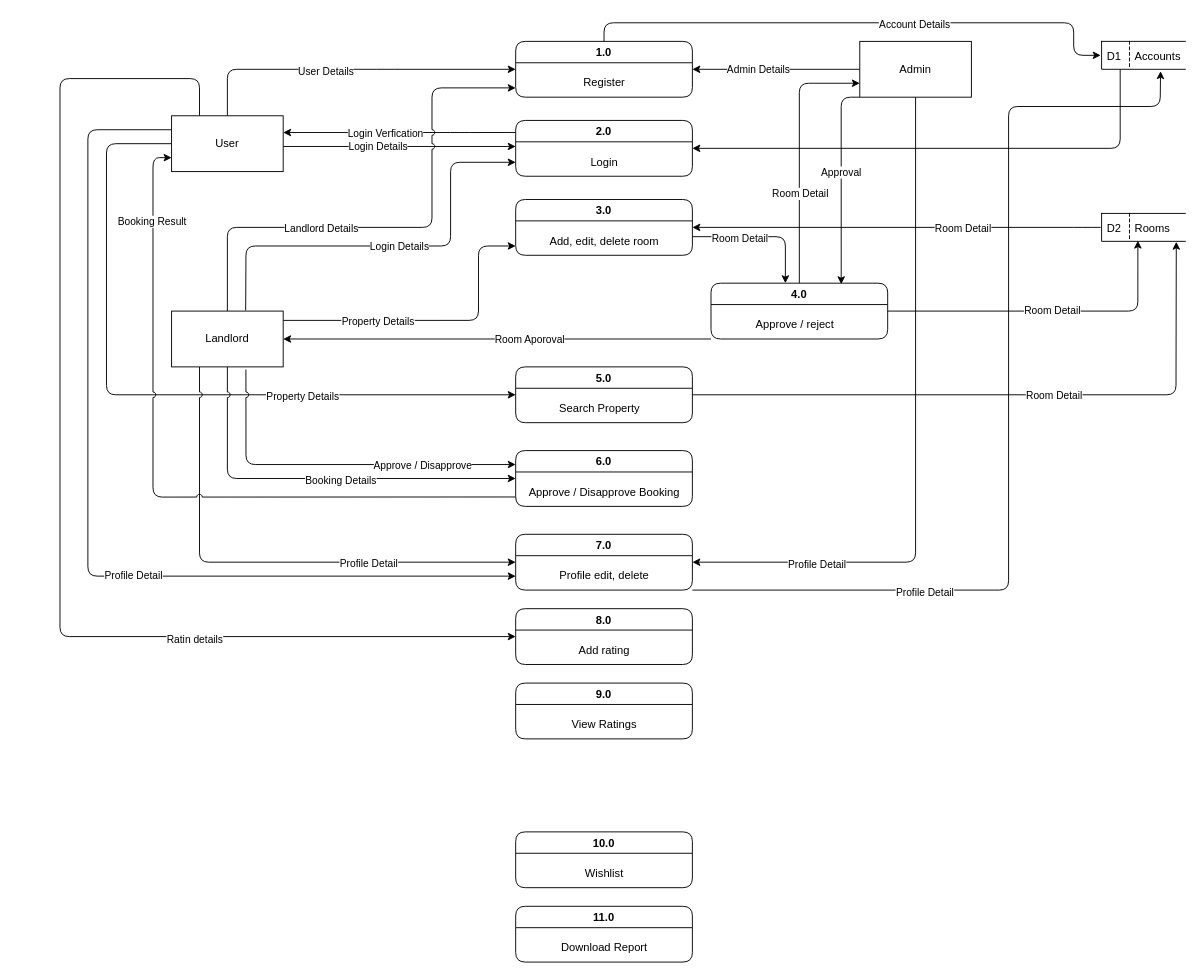
SNOW15782/Fyp keeps this draw.io diagram as DFD FYP/DFD FYP.drawio. Above is the earlier version. Source tidied: cells renumbered, new cells numbered last; positions are measured from the earlier drawing's top-left corner, leaving out a move shared by most shapes. Both pictures are drawn from the tidied source at 93%, with x=0, y=0 at pixel (60, 22).
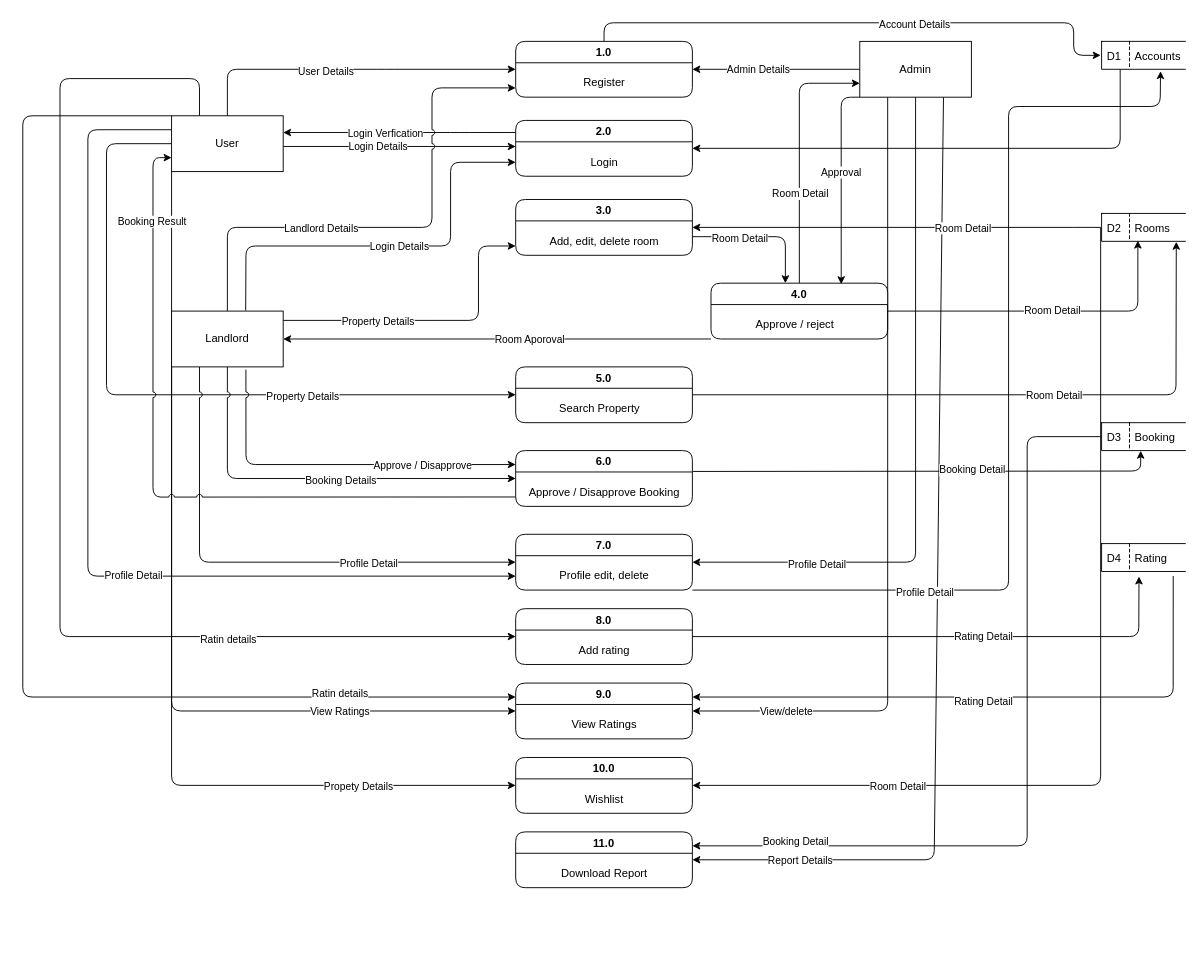
The same page after the edit.

Unchanged cells that the change refers to:
```xml
<mxCell id="8" value="Admin" style="rounded=0;whiteSpace=wrap;html=1;" parent="1" vertex="1">
  <mxGeometry x="860" y="20" width="120" height="60" as="geometry" />
</mxCell>
<mxCell id="15" value="Rooms" style="shape=partialRectangle;fillColor=none;align=left;verticalAlign=middle;strokeColor=default;spacingLeft=34;points=[[0,0.5],[1,0.5]];portConstraint=eastwest;strokeWidth=1;perimeterSpacing=1;right=0;" parent="1" vertex="1">
  <mxGeometry x="1120" y="205" width="90" height="30" as="geometry" />
</mxCell>
<mxCell id="23" style="edgeStyle=none;jumpStyle=arc;html=1;entryX=0;entryY=0.5;entryDx=0;entryDy=0;exitX=0.25;exitY=0;exitDx=0;exitDy=0;" parent="1" edge="1" source="27" target="57">
  <mxGeometry relative="1" as="geometry">
    <Array as="points">
      <mxPoint x="150" y="60" />
      <mxPoint y="60" />
      <mxPoint y="660" />
    </Array>
  </mxGeometry>
</mxCell>
<mxCell id="27" value="User" style="rounded=0;whiteSpace=wrap;html=1;" parent="1" vertex="1">
  <mxGeometry x="120" y="100" width="120" height="60" as="geometry" />
</mxCell>
<mxCell id="51" value="6.0" style="swimlane;startSize=23;rounded=1;" parent="1" vertex="1">
  <mxGeometry x="490" y="460" width="190" height="60" as="geometry" />
</mxCell>
<mxCell id="57" value="8.0" style="swimlane;startSize=23;rounded=1;" parent="1" vertex="1">
  <mxGeometry x="490" y="630" width="190" height="60" as="geometry" />
</mxCell>
<mxCell id="59" value="9.0" style="swimlane;startSize=23;rounded=1;" parent="1" vertex="1">
  <mxGeometry x="490" y="710" width="190" height="60" as="geometry" />
</mxCell>
<mxCell id="77" value="Landlord" style="rounded=0;whiteSpace=wrap;html=1;" parent="1" vertex="1">
  <mxGeometry x="120" y="310" width="120" height="60" as="geometry" />
</mxCell>
```

Diff of the diagram source:
```diff
@@
+    <mxCell id="80" style="edgeStyle=none;html=1;exitX=0.25;exitY=1;exitDx=0;exitDy=0;entryX=1;entryY=0.5;entryDx=0;entryDy=0;" parent="1" edge="1" source="8" target="59">
+      <mxGeometry relative="1" as="geometry">
+        <Array as="points">
+          <mxPoint x="890" y="740" />
+        </Array>
+      </mxGeometry>
+    </mxCell>
+    <mxCell id="81" style="edgeStyle=none;html=1;exitX=0.75;exitY=1;exitDx=0;exitDy=0;entryX=1;entryY=0.5;entryDx=0;entryDy=0;" parent="1" edge="1" source="8" target="63">
+      <mxGeometry relative="1" as="geometry">
+        <Array as="points">
+          <mxPoint x="940" y="900" />
+        </Array>
+      </mxGeometry>
+    </mxCell>
@@
+    <mxCell id="82" style="edgeStyle=none;html=1;exitX=0;exitY=0.5;exitDx=0;exitDy=0;entryX=1;entryY=0.5;entryDx=0;entryDy=0;" parent="1" edge="1" source="15" target="61">
+      <mxGeometry relative="1" as="geometry">
+        <Array as="points">
+          <mxPoint x="1119" y="820" />
+        </Array>
+      </mxGeometry>
+    </mxCell>
@@
     <mxCell id="24" value="Ratin details" style="edgeLabel;html=1;align=center;verticalAlign=middle;" parent="23" vertex="1">
-      <mxGeometry x="0.46" y="-2" relative="1" as="geometry" />
+      <mxGeometry x="0.46" y="-2" relative="1" as="geometry">
+        <mxPoint x="36" as="offset" />
+      </mxGeometry>
     </mxCell>
@@
+    <mxCell id="83" style="edgeStyle=none;html=1;exitX=0;exitY=0;exitDx=0;exitDy=0;entryX=0;entryY=0.25;entryDx=0;entryDy=0;" parent="1" edge="1" source="27" target="59">
+      <mxGeometry relative="1" as="geometry">
+        <Array as="points">
+          <mxPoint x="-40" y="100" />
+          <mxPoint x="-40" y="725" />
+        </Array>
+      </mxGeometry>
+    </mxCell>
+    <mxCell id="84" style="edgeStyle=none;html=1;exitX=0;exitY=1;exitDx=0;exitDy=0;entryX=0;entryY=0.5;entryDx=0;entryDy=0;" parent="1" edge="1" source="27" target="61">
+      <mxGeometry relative="1" as="geometry">
+        <Array as="points">
+          <mxPoint x="120" y="820" />
+        </Array>
+      </mxGeometry>
+    </mxCell>
@@
+    <mxCell id="85" style="edgeStyle=none;html=1;entryX=0.468;entryY=0.975;entryDx=0;entryDy=0;entryPerimeter=0;exitX=1.004;exitY=0.374;exitDx=0;exitDy=0;exitPerimeter=0;" parent="1" edge="1" source="51" target="94">
+      <mxGeometry relative="1" as="geometry">
+        <Array as="points">
+          <mxPoint x="1162" y="482" />
+        </Array>
+      </mxGeometry>
+    </mxCell>
@@
+    <mxCell id="86" style="edgeStyle=none;html=1;exitX=1;exitY=0.5;exitDx=0;exitDy=0;entryX=0.448;entryY=1.138;entryDx=0;entryDy=0;entryPerimeter=0;" parent="1" edge="1" source="57" target="97">
+      <mxGeometry relative="1" as="geometry">
+        <Array as="points">
+          <mxPoint x="1160" y="660" />
+        </Array>
+      </mxGeometry>
+    </mxCell>
@@
     <mxCell id="61" value="10.0" style="swimlane;startSize=23;rounded=1;" parent="1" vertex="1">
-      <mxGeometry x="490" y="870" width="190" height="60" as="geometry" />
+      <mxGeometry x="490" y="790" width="190" height="60" as="geometry" />
     </mxCell>
@@
     <mxCell id="63" value="11.0" style="swimlane;startSize=23;rounded=1;" parent="1" vertex="1">
-      <mxGeometry x="490" y="950" width="190" height="60" as="geometry" />
+      <mxGeometry x="490" y="870" width="190" height="60" as="geometry" />
     </mxCell>
@@
+    <mxCell id="87" style="edgeStyle=none;html=1;exitX=0;exitY=1;exitDx=0;exitDy=0;entryX=0;entryY=0.5;entryDx=0;entryDy=0;" parent="1" edge="1" source="77" target="59">
+      <mxGeometry relative="1" as="geometry">
+        <Array as="points">
+          <mxPoint x="120" y="740" />
+        </Array>
+      </mxGeometry>
+    </mxCell>
@@
+    <mxCell id="88" value="Ratin details" style="edgeLabel;html=1;align=center;verticalAlign=middle;" parent="1" vertex="1">
+      <mxGeometry x="300" y="720" as="geometry" />
+    </mxCell>
+    <mxCell id="89" value="View Ratings" style="edgeLabel;html=1;align=center;verticalAlign=middle;" parent="1" vertex="1">
+      <mxGeometry x="300" y="740" as="geometry" />
+    </mxCell>
+    <mxCell id="90" value="Propety Details" style="edgeLabel;html=1;align=center;verticalAlign=middle;" parent="1" vertex="1">
+      <mxGeometry x="320" y="820" as="geometry" />
+    </mxCell>
+    <mxCell id="91" value="View/delete" style="edgeLabel;html=1;align=center;verticalAlign=middle;" parent="1" vertex="1">
+      <mxGeometry x="780" y="740" as="geometry" />
+    </mxCell>
+    <mxCell id="92" value="Report Details" style="edgeLabel;html=1;align=center;verticalAlign=middle;" parent="1" vertex="1">
+      <mxGeometry x="795" y="900" as="geometry" />
+    </mxCell>
+    <mxCell id="93" style="edgeStyle=none;html=1;exitX=0;exitY=0.5;exitDx=0;exitDy=0;entryX=1;entryY=0.25;entryDx=0;entryDy=0;" parent="1" edge="1" source="94" target="63">
+      <mxGeometry relative="1" as="geometry">
+        <Array as="points">
+          <mxPoint x="1040" y="445" />
+          <mxPoint x="1040" y="885" />
+        </Array>
+      </mxGeometry>
+    </mxCell>
+    <mxCell id="94" value="Booking" style="shape=partialRectangle;fillColor=none;align=left;verticalAlign=middle;strokeColor=default;spacingLeft=34;points=[[0,0.5],[1,0.5]];portConstraint=eastwest;strokeWidth=1;perimeterSpacing=1;right=0;" parent="1" vertex="1">
+      <mxGeometry x="1120" y="430" width="90" height="30" as="geometry" />
+    </mxCell>
+    <mxCell id="95" value="D3" style="shape=partialRectangle;top=0;left=0;bottom=0;fillColor=none;stokeWidth=1;dashed=1;align=left;verticalAlign=middle;spacingLeft=4;spacingRight=4;overflow=hidden;strokeColor=default;" parent="94" vertex="1">
+      <mxGeometry width="30" height="30" as="geometry" />
+    </mxCell>
+    <mxCell id="96" style="edgeStyle=none;html=1;exitX=0.848;exitY=1.119;exitDx=0;exitDy=0;exitPerimeter=0;entryX=1;entryY=0.25;entryDx=0;entryDy=0;" parent="1" edge="1" source="97" target="59">
+      <mxGeometry relative="1" as="geometry">
+        <Array as="points">
+          <mxPoint x="1197" y="725" />
+        </Array>
+      </mxGeometry>
+    </mxCell>
+    <mxCell id="97" value="Rating" style="shape=partialRectangle;fillColor=none;align=left;verticalAlign=middle;strokeColor=default;spacingLeft=34;points=[[0,0.5],[1,0.5]];portConstraint=eastwest;strokeWidth=1;perimeterSpacing=1;right=0;" parent="1" vertex="1">
+      <mxGeometry x="1120" y="560" width="90" height="30" as="geometry" />
+    </mxCell>
+    <mxCell id="98" value="D4" style="shape=partialRectangle;top=0;left=0;bottom=0;fillColor=none;stokeWidth=1;dashed=1;align=left;verticalAlign=middle;spacingLeft=4;spacingRight=4;overflow=hidden;strokeColor=default;" parent="97" vertex="1">
+      <mxGeometry width="30" height="30" as="geometry" />
+    </mxCell>
+    <mxCell id="99" value="Booking Detail" style="edgeLabel;html=1;align=center;verticalAlign=middle;" parent="1" vertex="1">
+      <mxGeometry x="980" y="480" as="geometry" />
+    </mxCell>
+    <mxCell id="100" value="Rating Detail" style="edgeLabel;html=1;align=center;verticalAlign=middle;" parent="1" vertex="1">
+      <mxGeometry x="1000" y="660" as="geometry">
+        <mxPoint x="-8" y="-1" as="offset" />
+      </mxGeometry>
+    </mxCell>
+    <mxCell id="101" value="Rating Detail" style="edgeLabel;html=1;align=center;verticalAlign=middle;" parent="1" vertex="1">
+      <mxGeometry x="1000" y="730" as="geometry">
+        <mxPoint x="-8" y="-1" as="offset" />
+      </mxGeometry>
+    </mxCell>
+    <mxCell id="102" value="Room Detail" style="edgeLabel;html=1;align=center;verticalAlign=middle;" parent="1" vertex="1">
+      <mxGeometry x="900" y="820" as="geometry" />
+    </mxCell>
+    <mxCell id="103" value="Booking Detail" style="edgeLabel;html=1;align=center;verticalAlign=middle;" parent="1" vertex="1">
+      <mxGeometry x="790" y="880" as="geometry" />
+    </mxCell>
```
